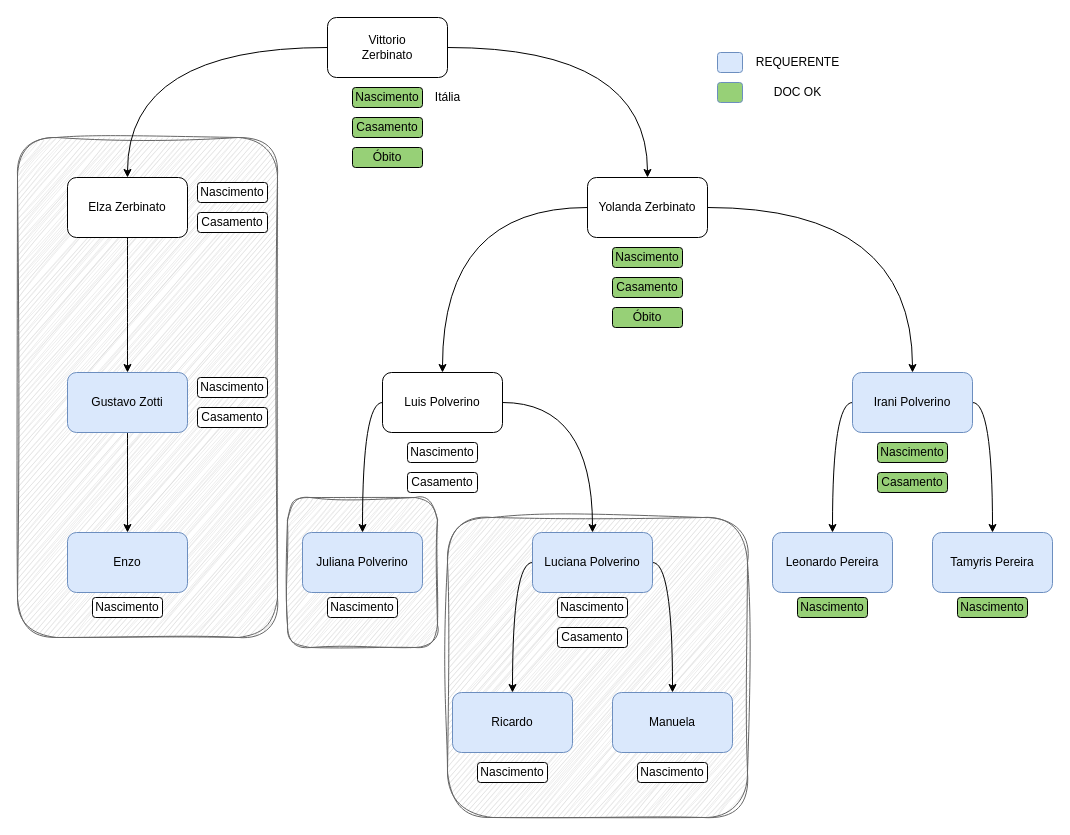
Before: familia.drawio in leo-odilon/draw.io, a draw.io diagram. Source tidied: cells renumbered, new cells numbered last; positions are measured from the earlier drawing's top-left corner, leaving out a move shared by most shapes. Both pictures are drawn from the tidied source at 100%, with x=0, y=0 at pixel (17, 17).
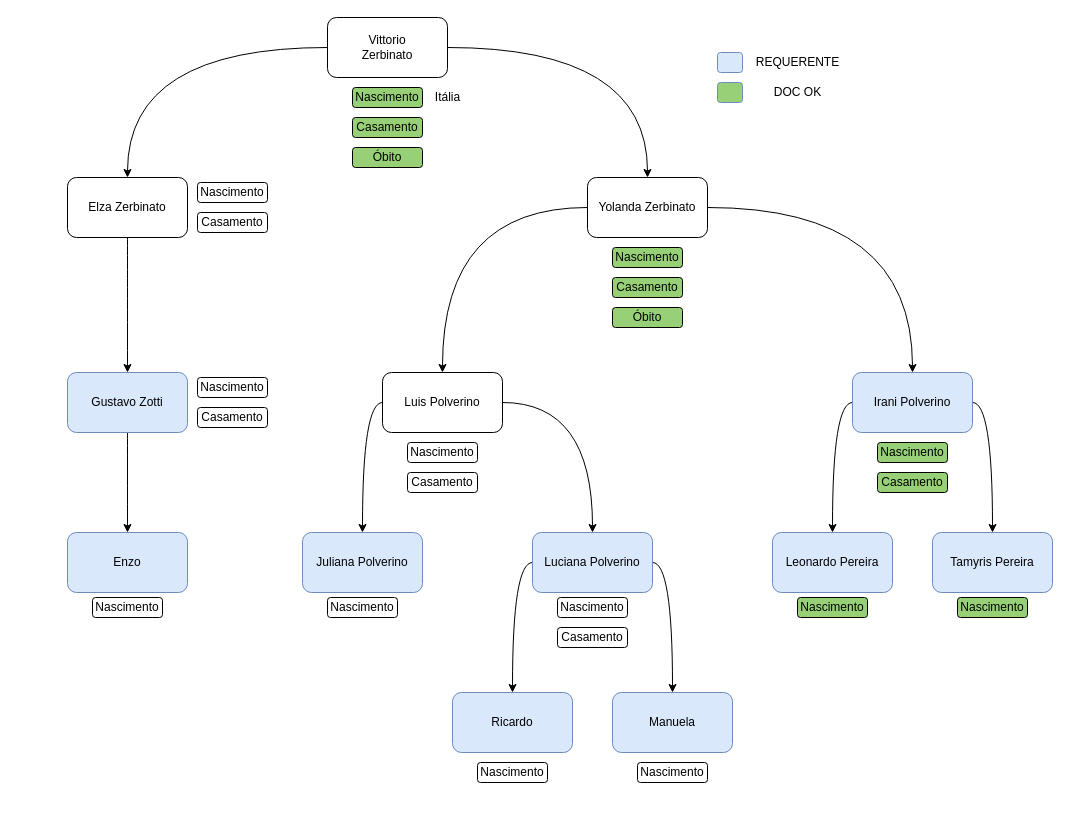
The same page after the edit.

The edit, as a diff of the source:
```diff
@@
-    <mxCell id="2" style="rounded=1;whiteSpace=wrap;html=1;sketch=1;curveFitting=1;jiggle=2;fillColor=#DBDBDB;fontColor=#333333;strokeColor=#666666;" parent="1" vertex="1">
-      <mxGeometry x="430" y="500" width="300" height="300" as="geometry" />
-    </mxCell>
-    <mxCell id="3" style="rounded=1;whiteSpace=wrap;html=1;sketch=1;curveFitting=1;jiggle=2;fillColor=#DBDBDB;fontColor=#333333;strokeColor=#666666;" parent="1" vertex="1">
-      <mxGeometry x="270" y="480" width="150" height="150" as="geometry" />
-    </mxCell>
-    <mxCell id="4" style="rounded=1;whiteSpace=wrap;html=1;sketch=1;curveFitting=1;jiggle=2;fillColor=#DBDBDB;fontColor=#333333;strokeColor=#666666;" parent="1" vertex="1">
-      <mxGeometry y="120" width="260" height="500" as="geometry" />
-    </mxCell>
```
